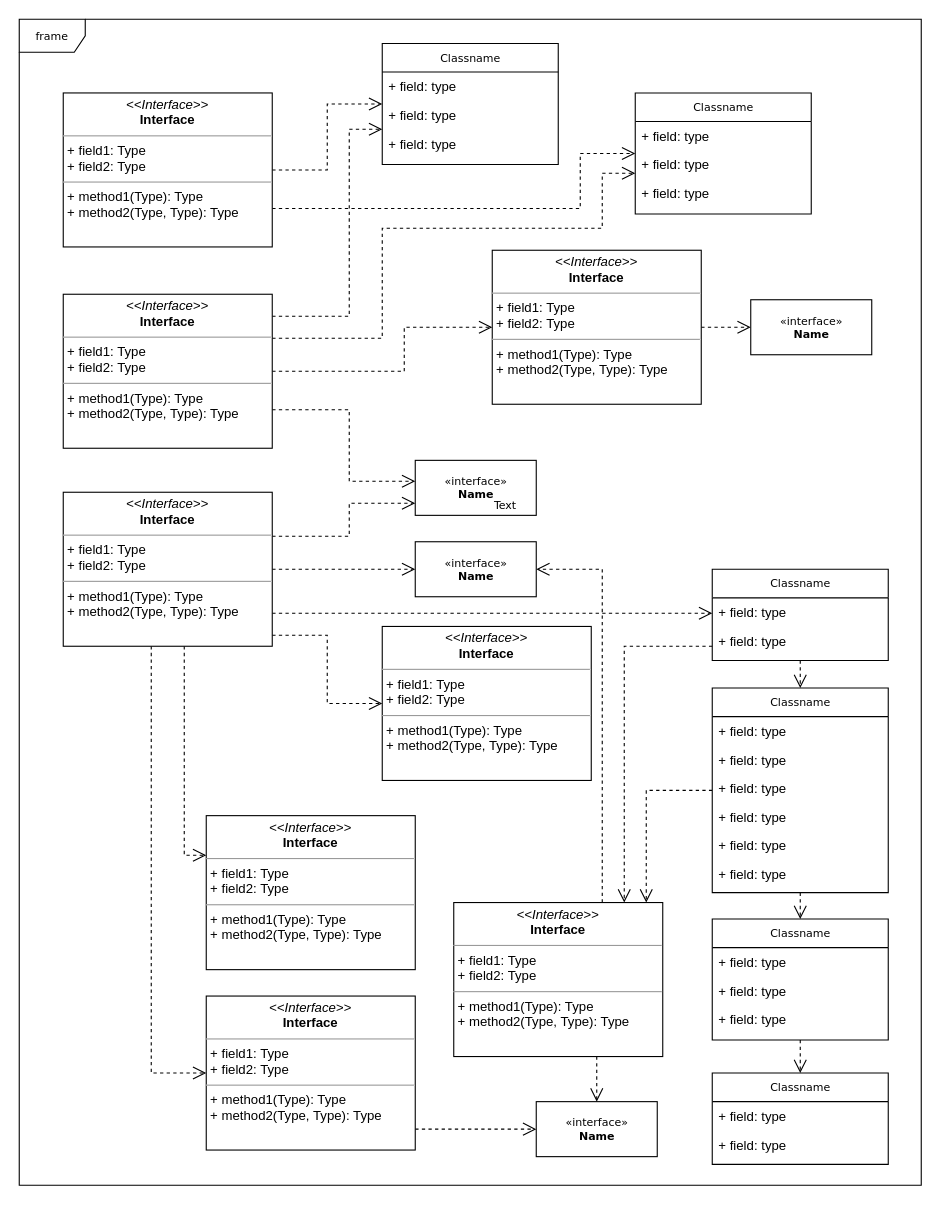
Before: Class.drawio in harshit-b/music-transfer, a draw.io diagram. Source tidied: cells renumbered, new cells numbered last; positions are measured from the earlier drawing's top-left corner, leaving out a move shared by most shapes. Both pictures are drawn from the tidied source at 110%, with x=0, y=0 at pixel (19, 19).
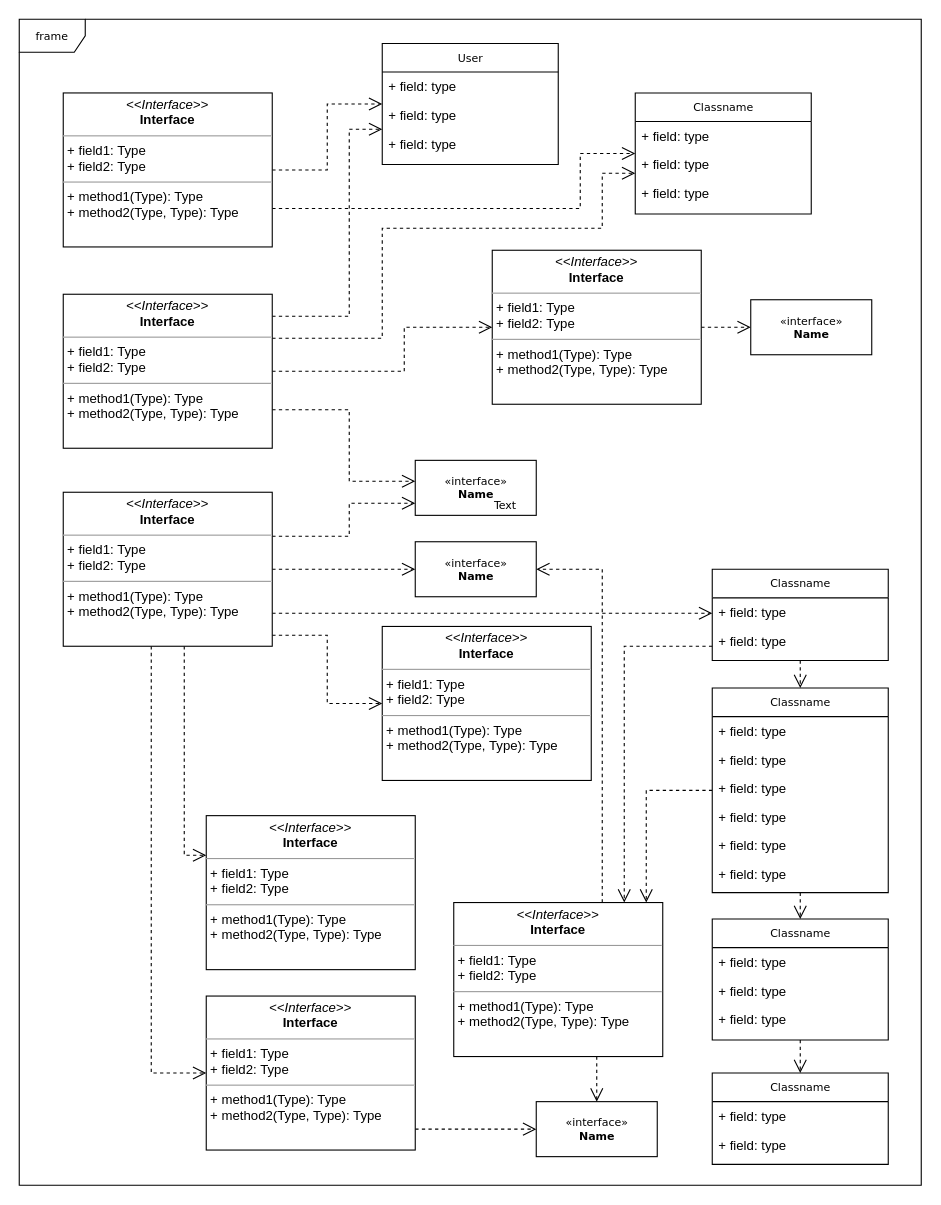
The same diagram, later.

Diff of the diagram source:
```diff
@@
-    <mxCell id="12" value="Classname" style="swimlane;html=1;fontStyle=0;horizontal=1;startSize=26;fillColor=none;swimlaneFillColor=#ffffff;rounded=0;shadow=0;comic=0;labelBackgroundColor=none;strokeWidth=1;fontFamily=Verdana;fontSize=10;align=center;" parent="1" vertex="1">
+    <mxCell id="12" value="User" style="swimlane;html=1;fontStyle=0;horizontal=1;startSize=26;fillColor=none;swimlaneFillColor=#ffffff;rounded=0;shadow=0;comic=0;labelBackgroundColor=none;strokeWidth=1;fontFamily=Verdana;fontSize=10;align=center;" parent="1" vertex="1">
       <mxGeometry x="330" y="22" width="160" height="110" as="geometry" />
     </mxCell>
```
